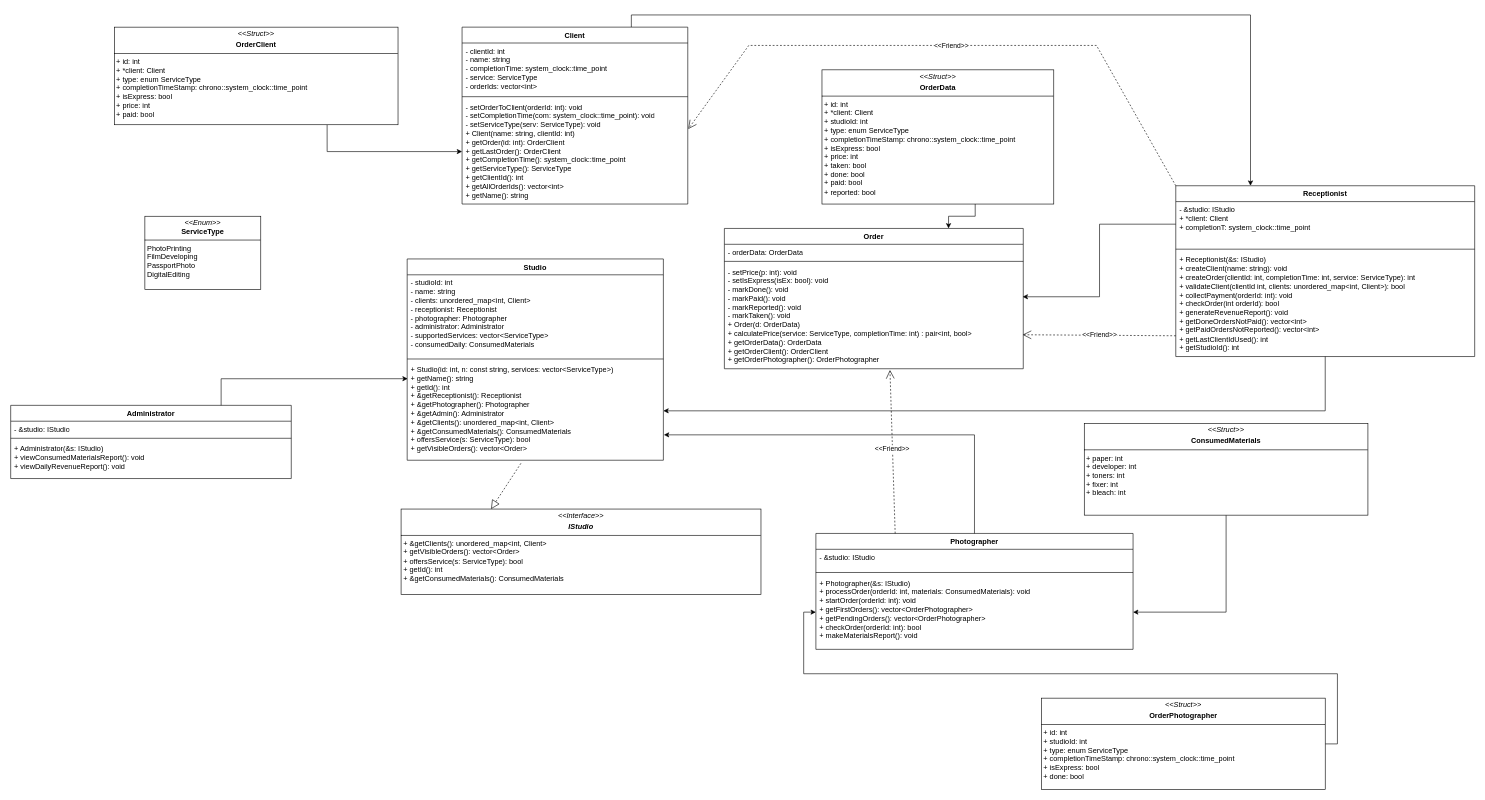
ITCollegeICS0017/project-2025-martiringo keeps this draw.io diagram as docs/release-2/UML.drawio. Above is the earlier version. Source tidied: cells renumbered, new cells numbered last; positions are measured from the earlier drawing's top-left corner, leaving out a move shared by most shapes. Both pictures are drawn from the tidied source at 61%, with x=0, y=0 at pixel (10, 27).
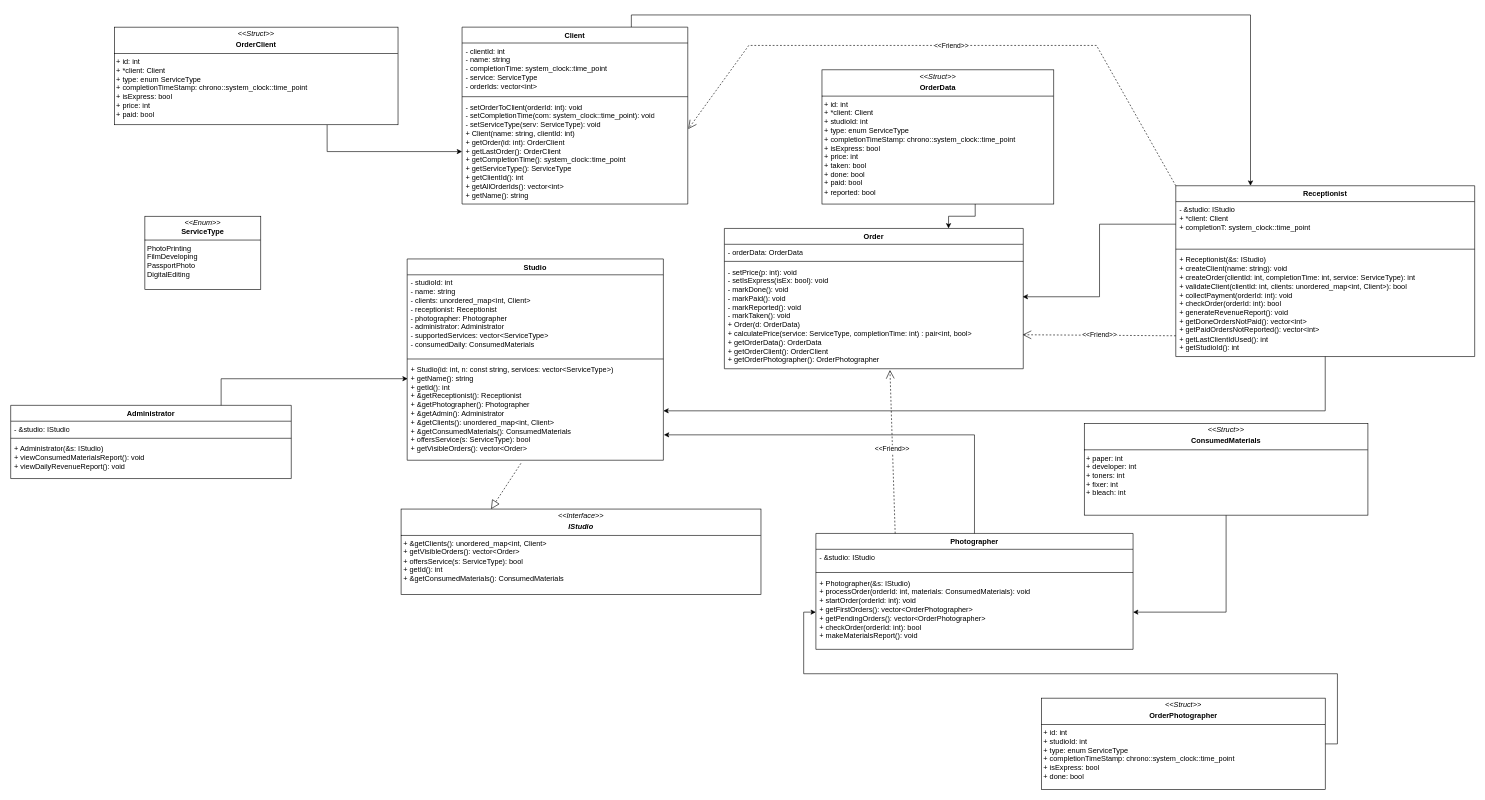
Above is the later version.

Commit message (it also covers changes not shown here):
Small changes to UML diagram

The change refers to these unchanged cells:
```xml
<mxCell id="3" value="Receptionist" style="swimlane;fontStyle=1;align=center;verticalAlign=top;horizontal=1;startSize=26;whiteSpace=wrap;html=1;" parent="1" vertex="1">
  <mxGeometry x="1910" y="260" width="490" height="280" as="geometry" />
</mxCell>
```

What changed in the source:
```diff
@@
-    <mxCell id="6" value="&lt;div&gt;+ Receptionist(&amp;amp;s: IStudio)&lt;/div&gt;&lt;div&gt;+ createClient(name: string): void&lt;/div&gt;&lt;div&gt;+ createOrder(clientId: int, completionTime: int, service: ServiceType): int&lt;/div&gt;&lt;div&gt;+ validateClient(clientId int, clients: unordered_map&amp;lt;int, Client&amp;gt;): bool&lt;/div&gt;&lt;div&gt;+ collectPayment(orderId: int): void&lt;/div&gt;&lt;div&gt;+ checkOrder(int orderId): bool&lt;/div&gt;&lt;div&gt;+ generateRevenueReport(): void&lt;/div&gt;&lt;div&gt;+ getDoneOrdersNotPaid(): vector&amp;lt;int&amp;gt;&lt;/div&gt;&lt;div&gt;+ getPaidOrdersNotReported(): vector&amp;lt;int&amp;gt;&lt;/div&gt;&lt;div&gt;+ getLastClientIdUsed(): int&lt;/div&gt;&lt;div&gt;+ getStudioId(): int&lt;/div&gt;&lt;div&gt;&lt;br&gt;&lt;/div&gt;&lt;div&gt;&lt;br&gt;&lt;/div&gt;" style="text;strokeColor=none;fillColor=none;align=left;verticalAlign=top;spacingLeft=4;spacingRight=4;overflow=hidden;points=[[0,0.5],[1,0.5]];portConstraint=eastwest;whiteSpace=wrap;html=1;" parent="3" vertex="1">
+    <mxCell id="6" value="&lt;div&gt;+ Receptionist(&amp;amp;s: IStudio)&lt;/div&gt;&lt;div&gt;+ createClient(name: string): void&lt;/div&gt;&lt;div&gt;+ createOrder(clientId: int, completionTime: int, service: ServiceType): int&lt;/div&gt;&lt;div&gt;+ validateClient(clientId: int, clients: unordered_map&amp;lt;int, Client&amp;gt;): bool&lt;/div&gt;&lt;div&gt;+ collectPayment(orderId: int): void&lt;/div&gt;&lt;div&gt;+ checkOrder(orderId: int): bool&lt;/div&gt;&lt;div&gt;+ generateRevenueReport(): void&lt;/div&gt;&lt;div&gt;+ getDoneOrdersNotPaid(): vector&amp;lt;int&amp;gt;&lt;/div&gt;&lt;div&gt;+ getPaidOrdersNotReported(): vector&amp;lt;int&amp;gt;&lt;/div&gt;&lt;div&gt;+ getLastClientIdUsed(): int&lt;/div&gt;&lt;div&gt;+ getStudioId(): int&lt;/div&gt;&lt;div&gt;&lt;br&gt;&lt;/div&gt;&lt;div&gt;&lt;br&gt;&lt;/div&gt;" style="text;strokeColor=none;fillColor=none;align=left;verticalAlign=top;spacingLeft=4;spacingRight=4;overflow=hidden;points=[[0,0.5],[1,0.5]];portConstraint=eastwest;whiteSpace=wrap;html=1;" parent="3" vertex="1">
       <mxGeometry y="108" width="490" height="172" as="geometry" />
     </mxCell>
```
